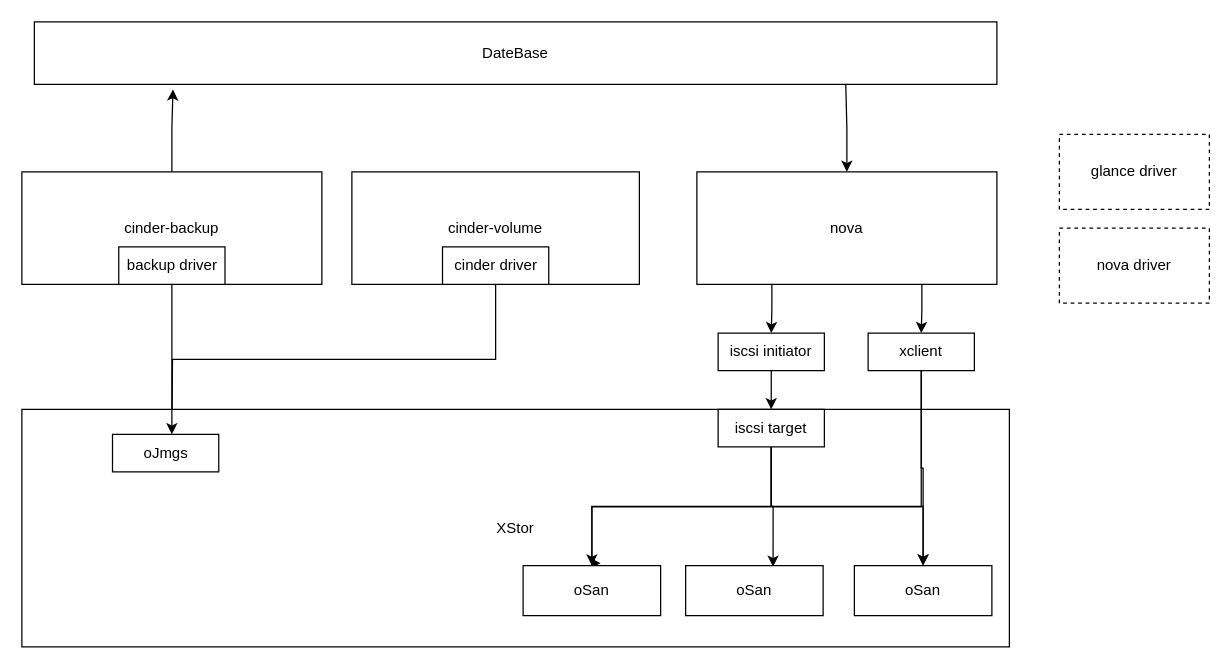
The draw.io diagram cinderdriver.drawio in zhuxibrian/drawio, before the edit. Source tidied: cells renumbered, new cells numbered last; positions are measured from the earlier drawing's top-left corner, leaving out a move shared by most shapes. Both pictures are drawn from the tidied source at 125%, with x=0, y=0 at pixel (21, 21).
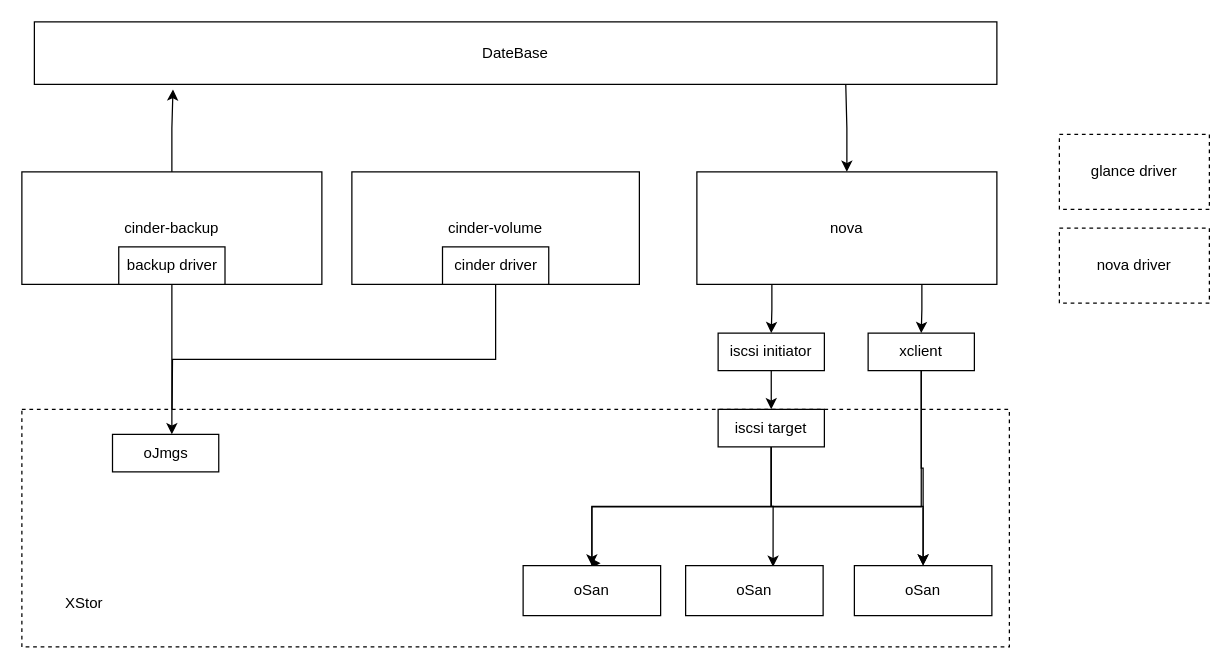
The same page after the edit.

Diff of the diagram source:
```diff
@@
-    <mxCell id="6" value="XStor" style="rounded=0;whiteSpace=wrap;html=1;" parent="1" vertex="1">
+    <mxCell id="6" style="rounded=0;whiteSpace=wrap;html=1;dashed=1;" parent="1" vertex="1">
       <mxGeometry y="310" width="790" height="190" as="geometry" />
     </mxCell>
@@
+    <mxCell id="32" value="XStor" style="text;html=1;strokeColor=none;fillColor=none;align=center;verticalAlign=middle;whiteSpace=wrap;rounded=0;dashed=1;" parent="1" vertex="1">
+      <mxGeometry x="20" y="450" width="60" height="30" as="geometry" />
+    </mxCell>
```
